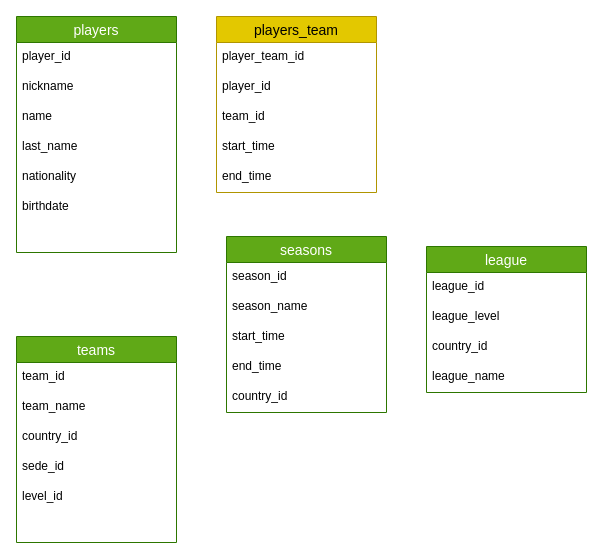
Above: soccer_model.drawio in r3card0/soccer.stats (draw.io), before the change. Source tidied: cells renumbered, new cells numbered last; positions are measured from the earlier drawing's top-left corner, leaving out a move shared by most shapes. Both pictures are drawn from the tidied source at 100%, with x=0, y=0 at pixel (16, 16).
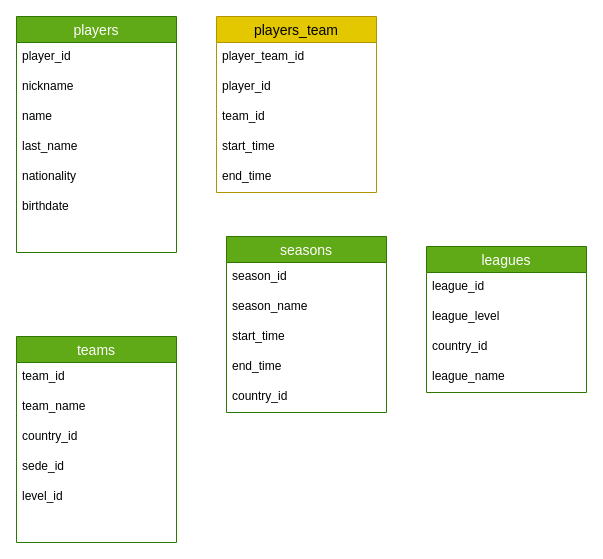
Above is the later version.

Commit message:
fixed leagues model name

Change to the diagram source:
```diff
@@
-    <mxCell id="29" value="league" style="swimlane;fontStyle=0;horizontal=1;startSize=26;align=center;fontSize=14;fillColor=#60a917;fontColor=#ffffff;strokeColor=#2D7600;" parent="1" vertex="1">
+    <mxCell id="29" value="leagues" style="swimlane;fontStyle=0;horizontal=1;startSize=26;align=center;fontSize=14;fillColor=#60a917;fontColor=#ffffff;strokeColor=#2D7600;" parent="1" vertex="1">
       <mxGeometry x="410" y="230" width="160" height="146" as="geometry" />
     </mxCell>
```
